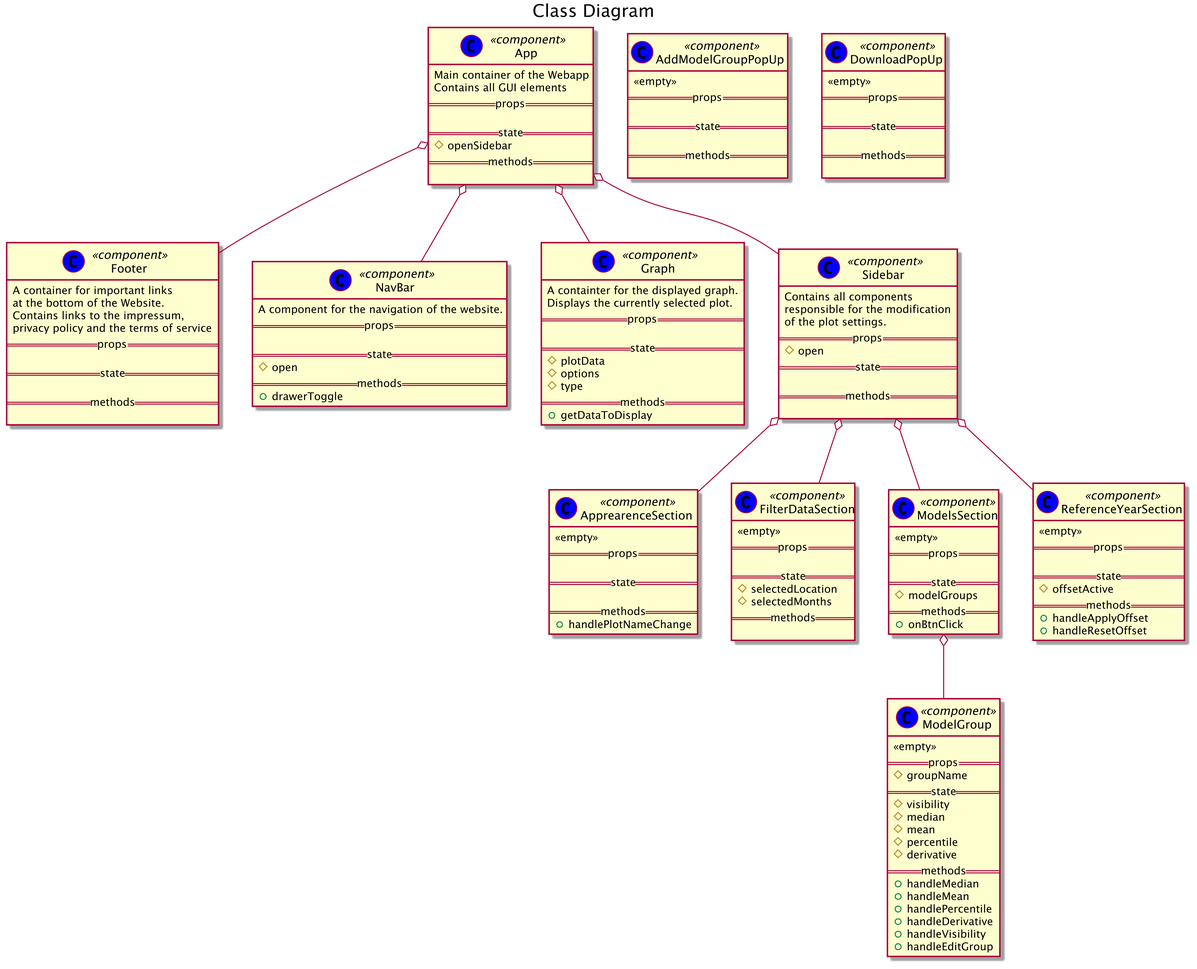
Earlier version of the PlantUML export DesignPhase/example-code/generated-uml/new_overview.png (EOSC-synergy/o3webapp). Its diagram source:
```plantuml
@startuml
title Class Diagram
skinparam dpi 300
class "App" << (C,blue) component >> {
    Main container of the Webapp
Contains all GUI elements
    ==props==

    ==state==
    #openSidebar
    ==methods==

}

class "Footer" << (C,blue) component >> {
    A container for important links
at the bottom of the Website.
Contains links to the impressum,
privacy policy and the terms of service
    ==props==

    ==state==

    ==methods==

}

class "NavBar" << (C,blue) component >> {
    A component for the navigation of the website.
    ==props==

    ==state==
    #open
    ==methods==
    +drawerToggle
}

class "Graph" << (C,blue) component >> {
    A containter for the displayed graph.
Displays the currently selected plot.
    ==props==

    ==state==
    #plotData
    #options
    #type
    ==methods==
    +getDataToDisplay
}

class "Sidebar" << (C,blue) component >> {
    Contains all components
responsible for the modification
of the plot settings.
    ==props==
    #open
    ==state==

    ==methods==

}

class "ApprearenceSection" << (C,blue) component >> {
    <<empty>>
    ==props==

    ==state==

    ==methods==
    +handlePlotNameChange
}

class "FilterDataSection" << (C,blue) component >> {
    <<empty>>
    ==props==

    ==state==
    #selectedLocation
    #selectedMonths
    ==methods==

}

class "ModelGroup" << (C,blue) component >> {
    <<empty>>
    ==props==
    #groupName
    ==state==
    #visibility
    #median
    #mean
    #percentile
    #derivative
    ==methods==
    +handleMedian
    +handleMean
    +handlePercentile
    +handleDerivative
    +handleVisibility
    +handleEditGroup
}

class "ModelsSection" << (C,blue) component >> {
    <<empty>>
    ==props==

    ==state==
    #modelGroups
    ==methods==
    +onBtnClick
}

class "AddModelGroupPopUp" << (C,blue) component >> {
    <<empty>>
    ==props==

    ==state==

    ==methods==

}

class "DownloadPopUp" << (C,blue) component >> {
    <<empty>>
    ==props==

    ==state==

    ==methods==

}

class "ReferenceYearSection" << (C,blue) component >> {
    <<empty>>
    ==props==

    ==state==
    #offsetActive
    ==methods==
    +handleApplyOffset
    +handleResetOffset
}

App o-- Footer
App o-- NavBar
App o-- Graph
App o-- Sidebar
Sidebar o-- FilterDataSection
Sidebar o-- ModelsSection
Sidebar o-- ReferenceYearSection
Sidebar o-- ApprearenceSection
ModelsSection o-- ModelGroup

@enduml
```
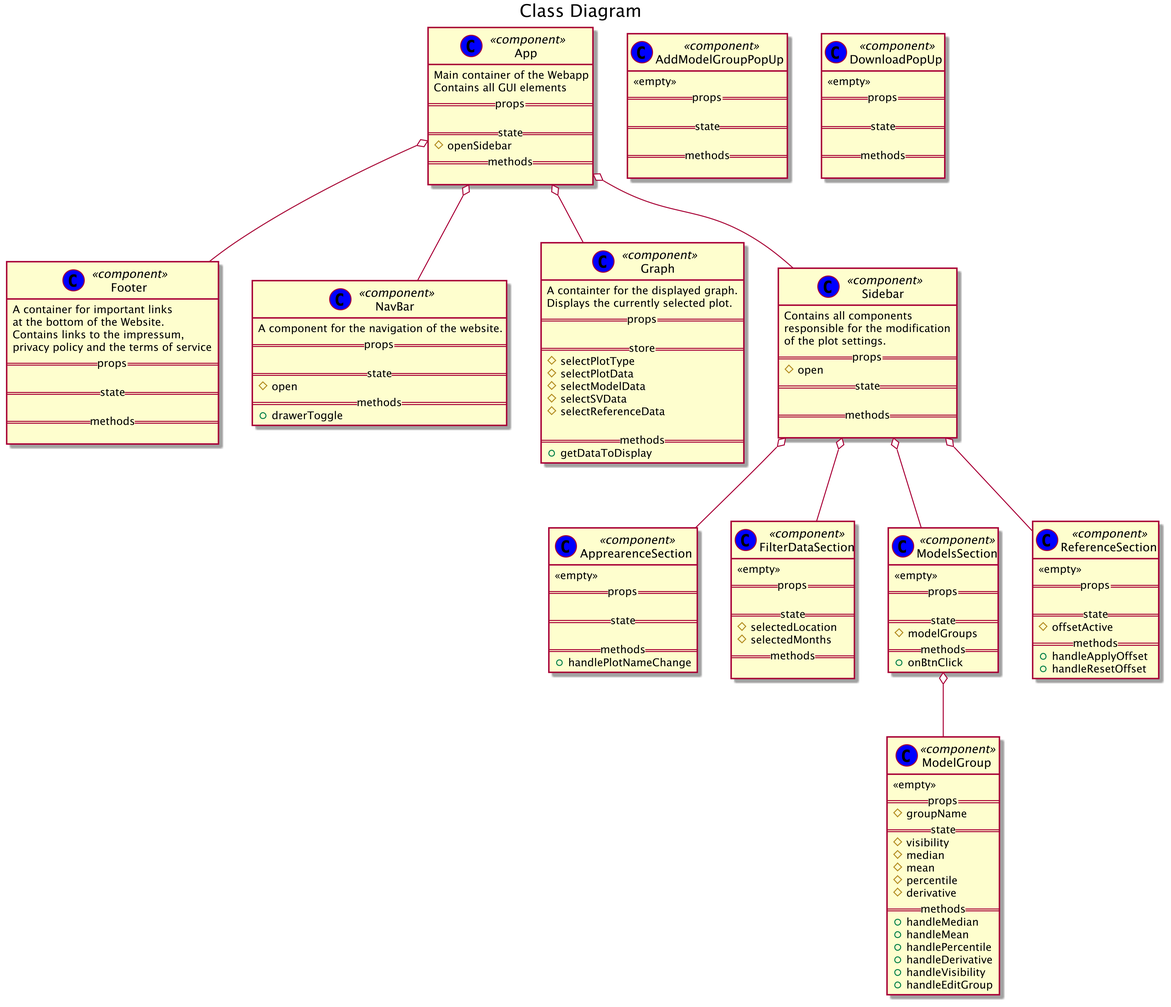
After the commit.

Diff of the diagram source:
```diff
@@ -40,10 +40,13 @@
 Displays the currently selected plot.
     ==props==
 
-    ==state==
-    #plotData
-    #options
-    #type
+    ==store==
+    #selectPlotType
+    #selectPlotData
+    #selectModelData
+    #selectSVData
+    #selectReferenceData
+
     ==methods==
     +getDataToDisplay
 }
@@ -130,7 +133,7 @@
 
 }
 
-class "ReferenceYearSection" << (C,blue) component >> {
+class "ReferenceSection" << (C,blue) component >> {
     <<empty>>
     ==props==
 
@@ -147,7 +150,7 @@
 App o-- Sidebar
 Sidebar o-- FilterDataSection
 Sidebar o-- ModelsSection
-Sidebar o-- ReferenceYearSection
+Sidebar o-- ReferenceSection
 Sidebar o-- ApprearenceSection
 ModelsSection o-- ModelGroup
 
```
